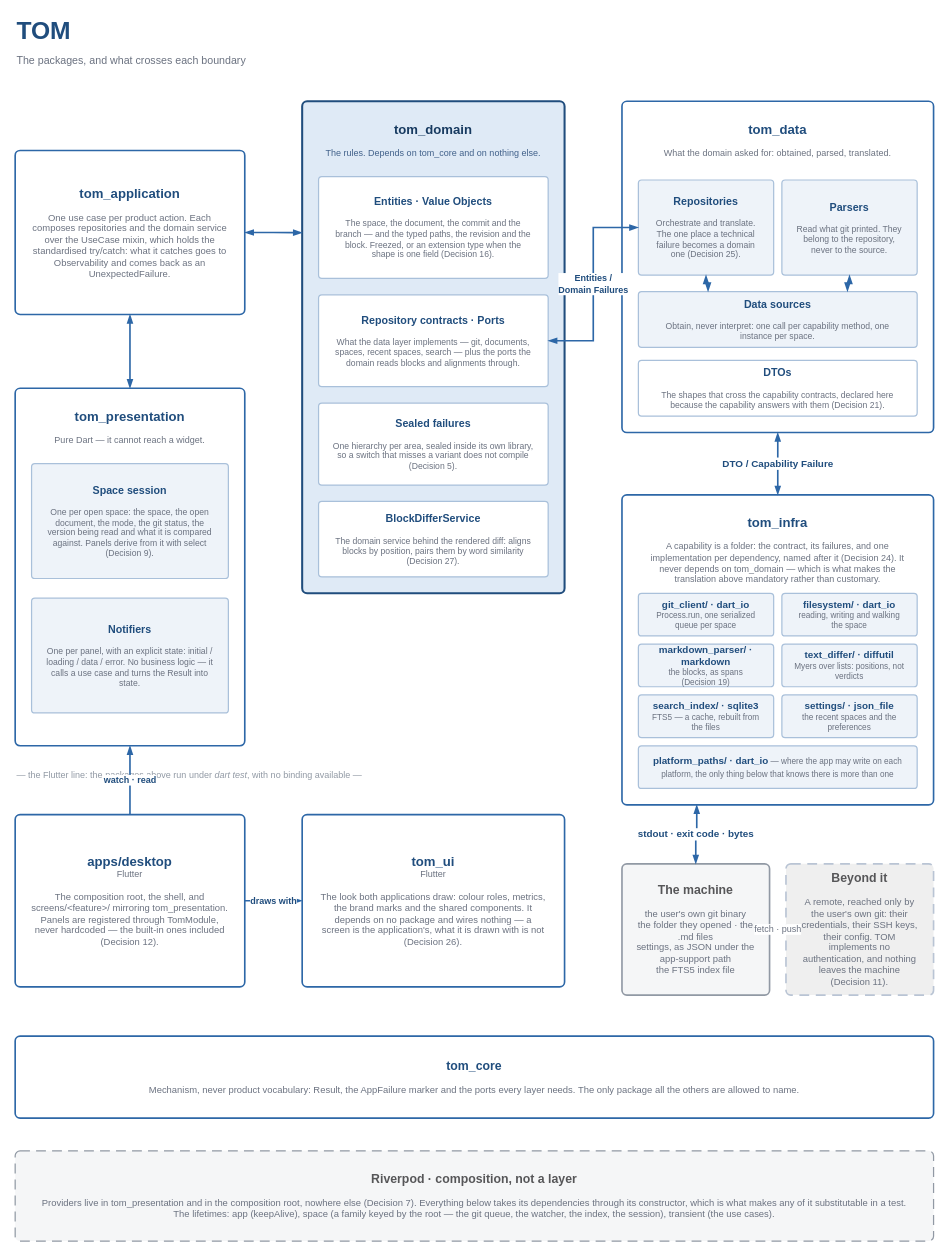
The draw.io diagram page "Packages · TOM" (1 of 4) of docs/technical/architecture.drawio in thomasfranke/tom, before the edit. Source tidied: cells renumbered, new cells numbered last; positions are measured from the earlier drawing's top-left corner, leaving out a move shared by most shapes. Both pictures are drawn from the tidied source at 82%, with x=0, y=0 at pixel (15, 14).
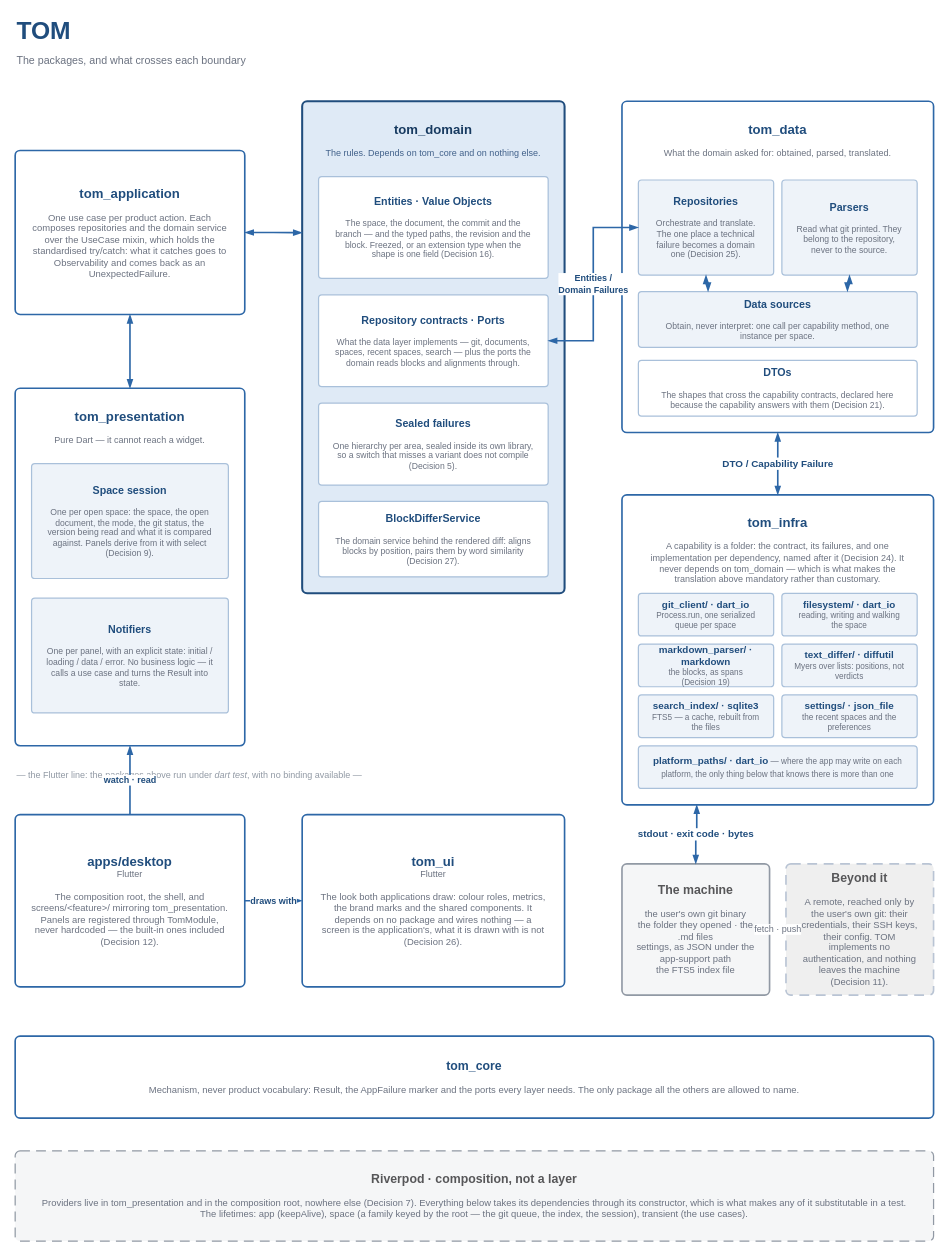
The same diagram, later.

Change to the diagram source:
```diff
@@
-    <mxCell id="42" value="&lt;b style=&quot;font-size:15px&quot;&gt;Riverpod · composition, not a layer&lt;/b&gt;&lt;div style=&quot;font-size:11.5px;font-weight:400;color:#6b7280&quot;&gt;&lt;br&gt;Providers live in tom_presentation and in the composition root, nowhere else (Decision 7). Everything below takes its dependencies through its constructor, which is what makes any of it substitutable in a test. The lifetimes: app (keepAlive), space (a family keyed by the root — the git queue, the watcher, the index, the session), transient (the use cases).&lt;/div&gt;" style="rounded=1;absoluteArcSize=1;arcSize=12;whiteSpace=wrap;html=1;fontFamily=Helvetica;verticalAlign=middle;align=center;fillColor=#f5f6f7;strokeColor=#9199a4;strokeWidth=1.5;dashed=1;dashPattern=8 5;fontColor=#565658;spacingLeft=24;spacingRight=24;spacingTop=10;spacingBottom=10;" parent="1" vertex="1">
+    <mxCell id="42" value="&lt;b style=&quot;font-size:15px&quot;&gt;Riverpod · composition, not a layer&lt;/b&gt;&lt;div style=&quot;font-size:11.5px;font-weight:400;color:#6b7280&quot;&gt;&lt;br&gt;Providers live in tom_presentation and in the composition root, nowhere else (Decision 7). Everything below takes its dependencies through its constructor, which is what makes any of it substitutable in a test. The lifetimes: app (keepAlive), space (a family keyed by the root — the git queue, the index, the session), transient (the use cases).&lt;/div&gt;" style="rounded=1;absoluteArcSize=1;arcSize=12;whiteSpace=wrap;html=1;fontFamily=Helvetica;verticalAlign=middle;align=center;fillColor=#f5f6f7;strokeColor=#9199a4;strokeWidth=1.5;dashed=1;dashPattern=8 5;fontColor=#565658;spacingLeft=24;spacingRight=24;spacingTop=10;spacingBottom=10;" parent="1" vertex="1">
       <mxGeometry y="1386" width="1120" height="110" as="geometry" />
     </mxCell>
```
